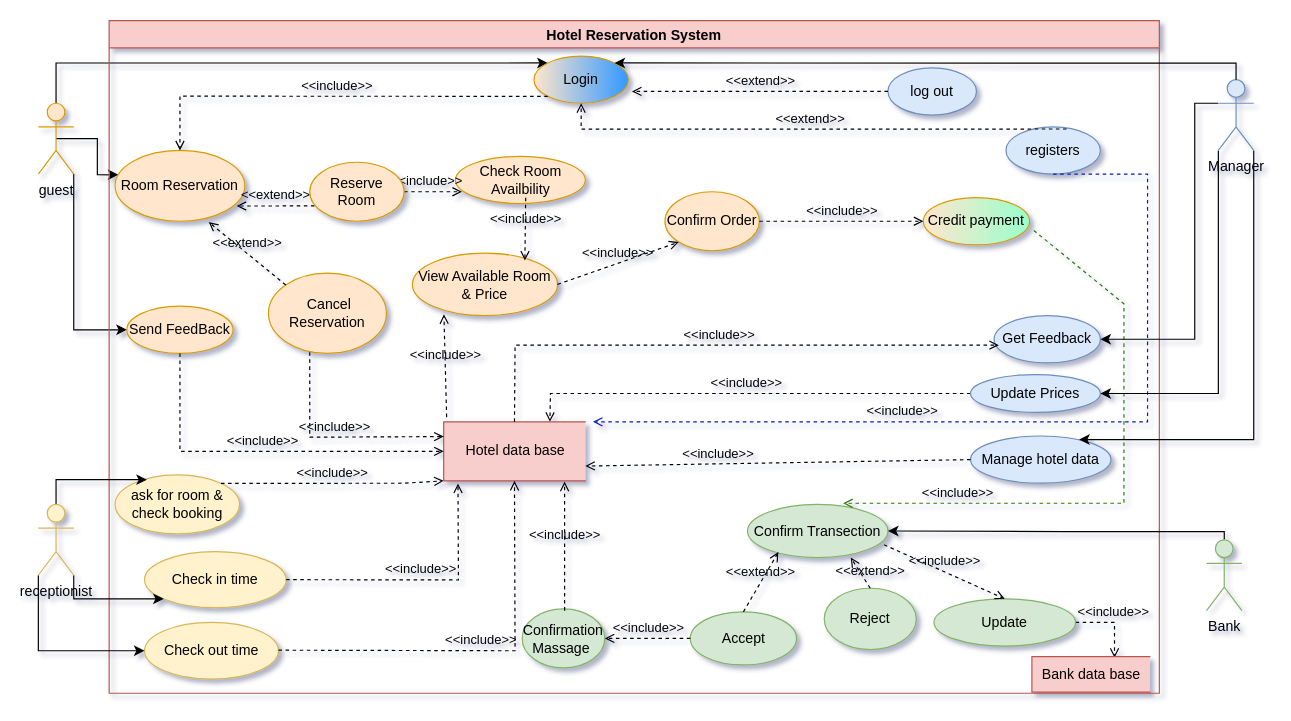
The draw.io diagram use case Vol3.drawio in AhmedTarek-95/System-Desine, before the edit. Source tidied: cells renumbered, new cells numbered last; positions are measured from the earlier drawing's top-left corner, leaving out a move shared by most shapes. Both pictures are drawn from the tidied source at 118%, with x=0, y=0 at pixel (38, 20).
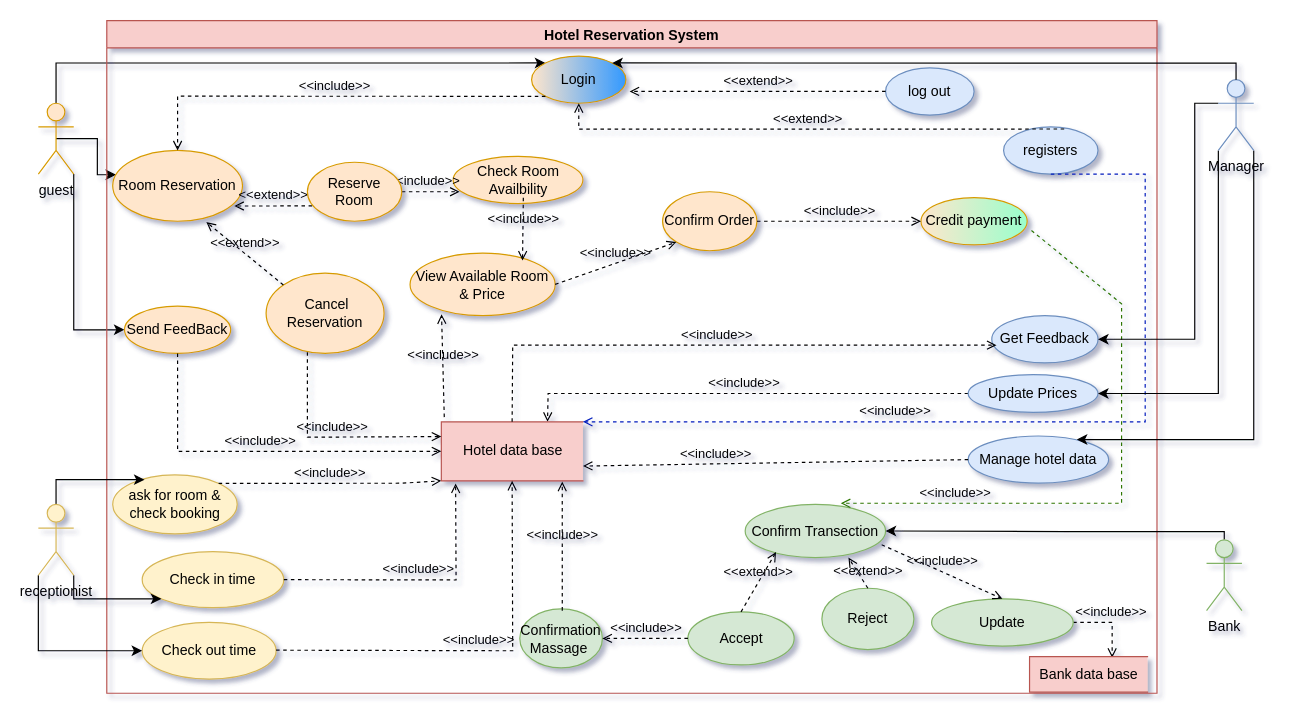
The same page after the edit.

The change refers to these unchanged cells:
```xml
<mxCell id="34" value="Hotel data base" style="html=1;dashed=0;whitespace=wrap;shape=partialRectangle;right=0;fillColor=#f8cecc;strokeColor=#b85450;" parent="6" vertex="1">
  <mxGeometry x="283.5" y="340" width="120" height="50" as="geometry" />
</mxCell>
<mxCell id="38" value="registers" style="ellipse;whiteSpace=wrap;html=1;fillColor=#dae8fc;strokeColor=#6c8ebf;" parent="6" vertex="1">
  <mxGeometry x="760" y="90" width="80" height="40" as="geometry" />
</mxCell>
```

Diff of the diagram source:
```diff
@@
     <mxCell id="6" value="Hotel Reservation System" style="swimlane;fillColor=#f8cecc;strokeColor=#b85450;" parent="1" vertex="1">
-      <mxGeometry x="60" width="890" height="570" as="geometry" />
+      <mxGeometry x="58" width="890" height="570" as="geometry" />
     </mxCell>
@@
-    <mxCell id="40" value="&amp;lt;&amp;lt;include&amp;gt;&amp;gt;" style="html=1;verticalAlign=bottom;labelBackgroundColor=none;endArrow=open;endFill=0;dashed=1;rounded=0;exitX=0.5;exitY=1;exitDx=0;exitDy=0;fillColor=#0050ef;strokeColor=#001DBC;" parent="6" edge="1" source="38">
+    <mxCell id="40" value="&amp;lt;&amp;lt;include&amp;gt;&amp;gt;" style="html=1;verticalAlign=bottom;labelBackgroundColor=none;endArrow=open;endFill=0;dashed=1;rounded=0;exitX=0.5;exitY=1;exitDx=0;exitDy=0;fillColor=#0050ef;strokeColor=#001DBC;entryX=1;entryY=0;entryDx=0;entryDy=0;" parent="6" edge="1" source="38" target="34">
       <mxGeometry x="0.31" relative="1" as="geometry">
-        <mxPoint x="410" y="340" as="targetPoint" />
         <Array as="points">
           <mxPoint x="820" y="130" />
           <mxPoint x="880" y="130" />
           <mxPoint x="880" y="340" />
-          <mxPoint x="410" y="340" />
         </Array>
       </mxGeometry>
     </mxCell>
```
